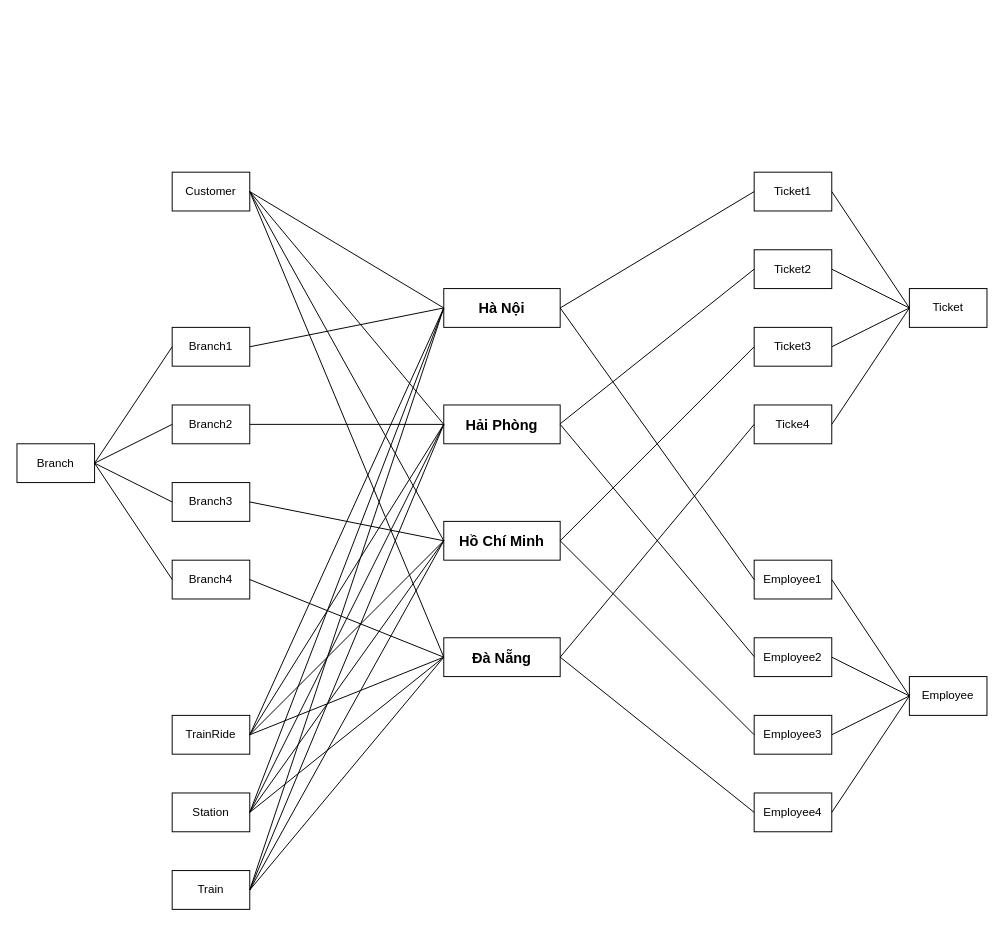
Above: anhxa.drawio in Quanhsb/LTW (draw.io), before the change. Source tidied: cells renumbered, new cells numbered last; positions are measured from the earlier drawing's top-left corner, leaving out a move shared by most shapes. Both pictures are drawn from the tidied source at 97%, with x=0, y=0 at pixel (16, 172).
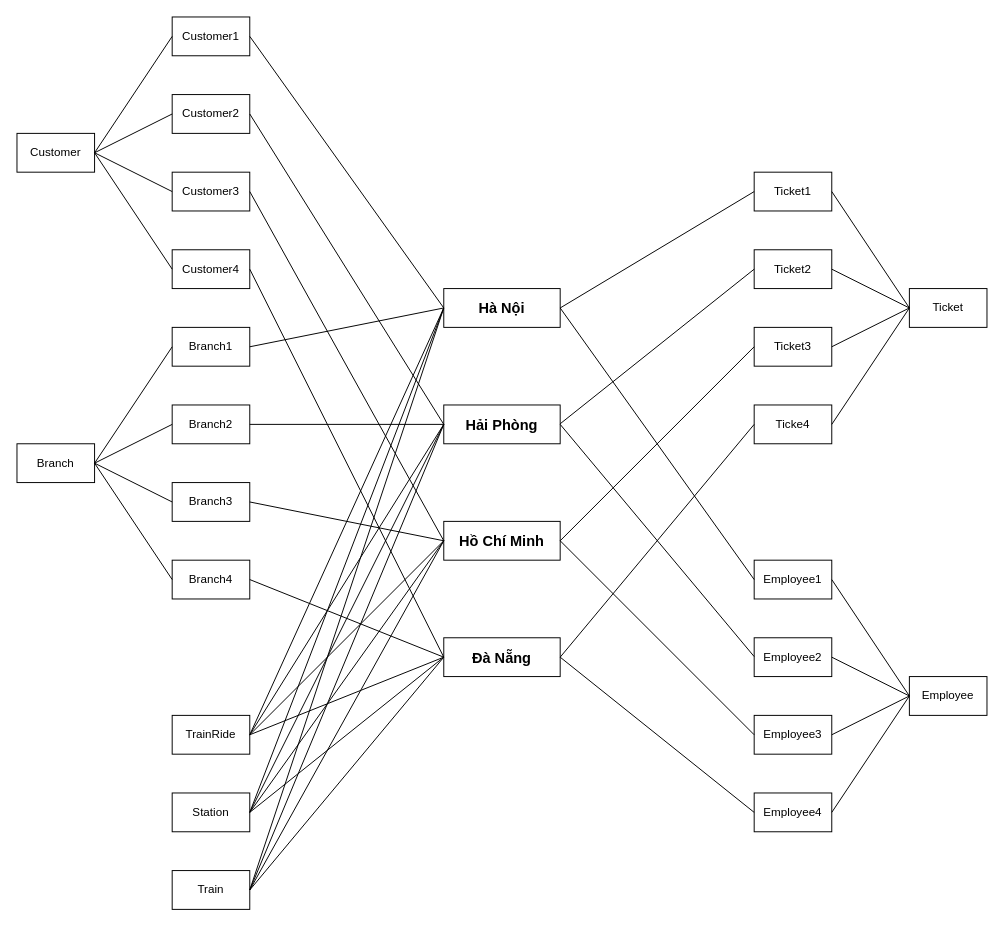
Above is the later version.

Commit message:
Cập nhật anhxa.drawio

The change refers to these unchanged cells:
```xml
<mxCell id="9" value="&lt;font style=&quot;font-size: 15px;&quot;&gt;&lt;b&gt;Hà Nội&lt;/b&gt;&lt;/font&gt;" style="rounded=0;whiteSpace=wrap;html=1;" parent="1" vertex="1">
  <mxGeometry x="440" y="120" width="120" height="40" as="geometry" />
</mxCell>
<mxCell id="10" value="&lt;font style=&quot;font-size: 15px;&quot;&gt;&lt;b&gt;Hồ Chí Minh&lt;/b&gt;&lt;/font&gt;" style="rounded=0;whiteSpace=wrap;html=1;" parent="1" vertex="1">
  <mxGeometry x="440" y="360" width="120" height="40" as="geometry" />
</mxCell>
<mxCell id="11" value="&lt;span style=&quot;font-size: 15px;&quot;&gt;&lt;b&gt;Đà Nẵng&lt;/b&gt;&lt;/span&gt;" style="rounded=0;whiteSpace=wrap;html=1;" parent="1" vertex="1">
  <mxGeometry x="440" y="480" width="120" height="40" as="geometry" />
</mxCell>
```

Diff of the diagram source:
```diff
@@
     <mxCell id="14" value="Customer" style="rounded=0;whiteSpace=wrap;html=1;" parent="1" vertex="1">
-      <mxGeometry x="160" width="80" height="40" as="geometry" />
+      <mxGeometry y="-40" width="80" height="40" as="geometry" />
     </mxCell>
@@
-    <mxCell id="32" style="endArrow=none;html=1;rounded=0;entryX=0;entryY=0.5;entryDx=0;entryDy=0;exitX=1;exitY=0.5;exitDx=0;exitDy=0;" parent="1" edge="1" source="14" target="9">
-      <mxGeometry relative="1" as="geometry" />
-    </mxCell>
-    <mxCell id="33" style="endArrow=none;html=1;rounded=0;exitX=1;exitY=0.5;exitDx=0;exitDy=0;" parent="1" edge="1" source="14">
-      <mxGeometry relative="1" as="geometry">
-        <mxPoint x="440" y="260" as="targetPoint" />
-      </mxGeometry>
-    </mxCell>
-    <mxCell id="34" style="endArrow=none;html=1;rounded=0;entryX=0;entryY=0.5;entryDx=0;entryDy=0;exitX=1;exitY=0.5;exitDx=0;exitDy=0;" parent="1" edge="1" source="14" target="10">
-      <mxGeometry relative="1" as="geometry" />
-    </mxCell>
-    <mxCell id="35" style="endArrow=none;html=1;rounded=0;entryX=0;entryY=0.5;entryDx=0;entryDy=0;" parent="1" edge="1" target="11">
-      <mxGeometry relative="1" as="geometry">
-        <mxPoint x="240" y="20" as="sourcePoint" />
-      </mxGeometry>
-    </mxCell>
@@
+    <mxCell id="65" value="Customer3" style="rounded=0;whiteSpace=wrap;html=1;" parent="1" vertex="1">
+      <mxGeometry x="160" width="80" height="40" as="geometry" />
+    </mxCell>
+    <mxCell id="66" value="Customer1" style="rounded=0;whiteSpace=wrap;html=1;" parent="1" vertex="1">
+      <mxGeometry x="160" y="-160" width="80" height="40" as="geometry" />
+    </mxCell>
+    <mxCell id="67" value="Customer2" style="rounded=0;whiteSpace=wrap;html=1;" parent="1" vertex="1">
+      <mxGeometry x="160" y="-80" width="80" height="40" as="geometry" />
+    </mxCell>
+    <mxCell id="68" value="Customer4" style="rounded=0;whiteSpace=wrap;html=1;" parent="1" vertex="1">
+      <mxGeometry x="160" y="80" width="80" height="40" as="geometry" />
+    </mxCell>
+    <mxCell id="69" style="endArrow=none;html=1;rounded=0;entryX=0;entryY=0.5;entryDx=0;entryDy=0;" parent="1" edge="1">
+      <mxGeometry relative="1" as="geometry">
+        <mxPoint x="80" y="-20" as="sourcePoint" />
+        <mxPoint x="160" y="-140" as="targetPoint" />
+      </mxGeometry>
+    </mxCell>
+    <mxCell id="70" style="endArrow=none;html=1;rounded=0;entryX=0;entryY=0.5;entryDx=0;entryDy=0;" parent="1" edge="1">
+      <mxGeometry relative="1" as="geometry">
+        <mxPoint x="80" y="-20" as="sourcePoint" />
+        <mxPoint x="160" y="-60" as="targetPoint" />
+      </mxGeometry>
+    </mxCell>
+    <mxCell id="71" style="endArrow=none;html=1;rounded=0;entryX=0;entryY=0.5;entryDx=0;entryDy=0;" parent="1" edge="1">
+      <mxGeometry relative="1" as="geometry">
+        <mxPoint x="80" y="-20" as="sourcePoint" />
+        <mxPoint x="160" y="20" as="targetPoint" />
+      </mxGeometry>
+    </mxCell>
+    <mxCell id="72" style="endArrow=none;html=1;rounded=0;entryX=0;entryY=0.5;entryDx=0;entryDy=0;" parent="1" edge="1">
+      <mxGeometry relative="1" as="geometry">
+        <mxPoint x="80" y="-20" as="sourcePoint" />
+        <mxPoint x="160" y="100" as="targetPoint" />
+      </mxGeometry>
+    </mxCell>
+    <mxCell id="73" style="endArrow=none;html=1;rounded=0;exitX=1;exitY=0.5;exitDx=0;exitDy=0;" parent="1" edge="1" source="66">
+      <mxGeometry relative="1" as="geometry">
+        <mxPoint x="440" y="140" as="targetPoint" />
+      </mxGeometry>
+    </mxCell>
+    <mxCell id="74" style="endArrow=none;html=1;rounded=0;exitX=1;exitY=0.5;exitDx=0;exitDy=0;" parent="1" edge="1" source="67">
+      <mxGeometry relative="1" as="geometry">
+        <mxPoint x="440" y="260" as="targetPoint" />
+      </mxGeometry>
+    </mxCell>
+    <mxCell id="75" style="endArrow=none;html=1;rounded=0;entryX=0;entryY=0.5;entryDx=0;entryDy=0;exitX=1;exitY=0.5;exitDx=0;exitDy=0;" parent="1" edge="1" source="65" target="10">
+      <mxGeometry relative="1" as="geometry" />
+    </mxCell>
+    <mxCell id="76" style="endArrow=none;html=1;rounded=0;exitX=1;exitY=0.5;exitDx=0;exitDy=0;" parent="1" edge="1" source="68">
+      <mxGeometry relative="1" as="geometry">
+        <mxPoint x="440" y="500" as="targetPoint" />
+      </mxGeometry>
+    </mxCell>
```
